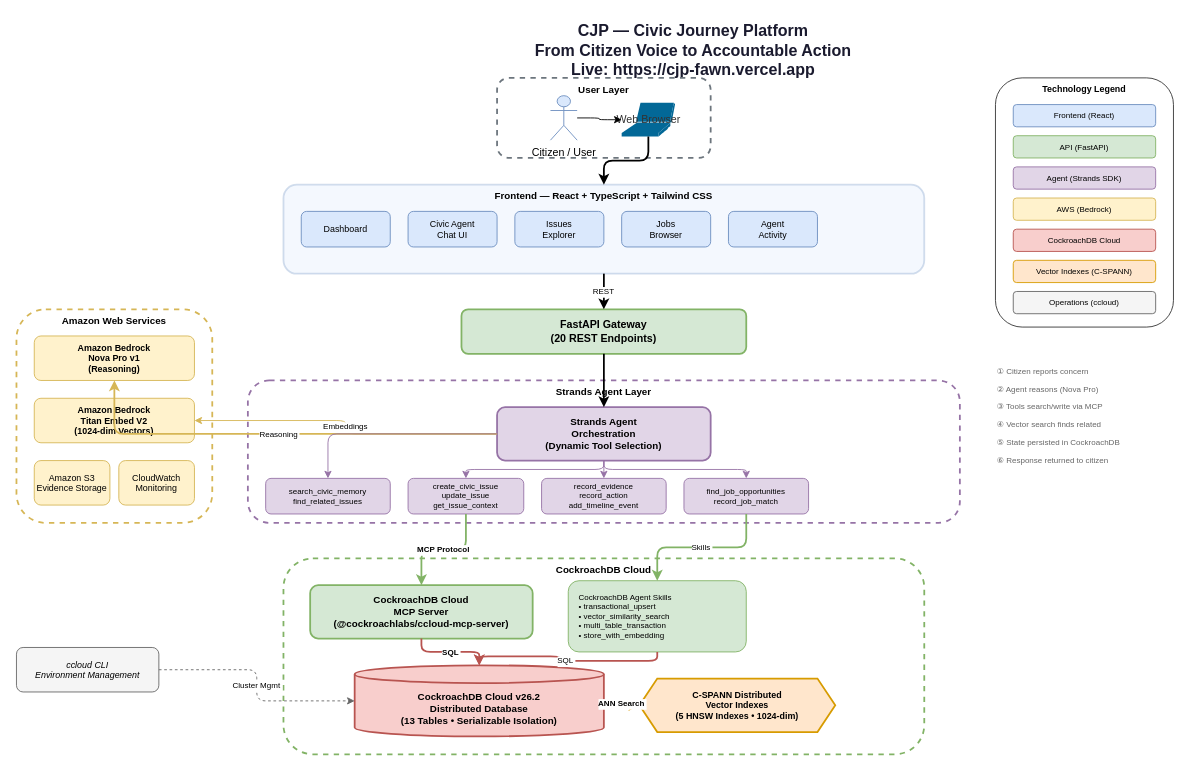
This is page "CJP System Architecture" (1 of 2) of docs/cjp-architecture.drawio from dineshrajdhanapathyDD/cjp-Civic-Journey-Platform, a draw.io file, before an edit. Source tidied: cells renumbered, new cells numbered last; positions are measured from the earlier drawing's top-left corner, leaving out a move shared by most shapes. Both pictures are drawn from the tidied source at 89%, with x=0, y=0 at pixel (16, 24).
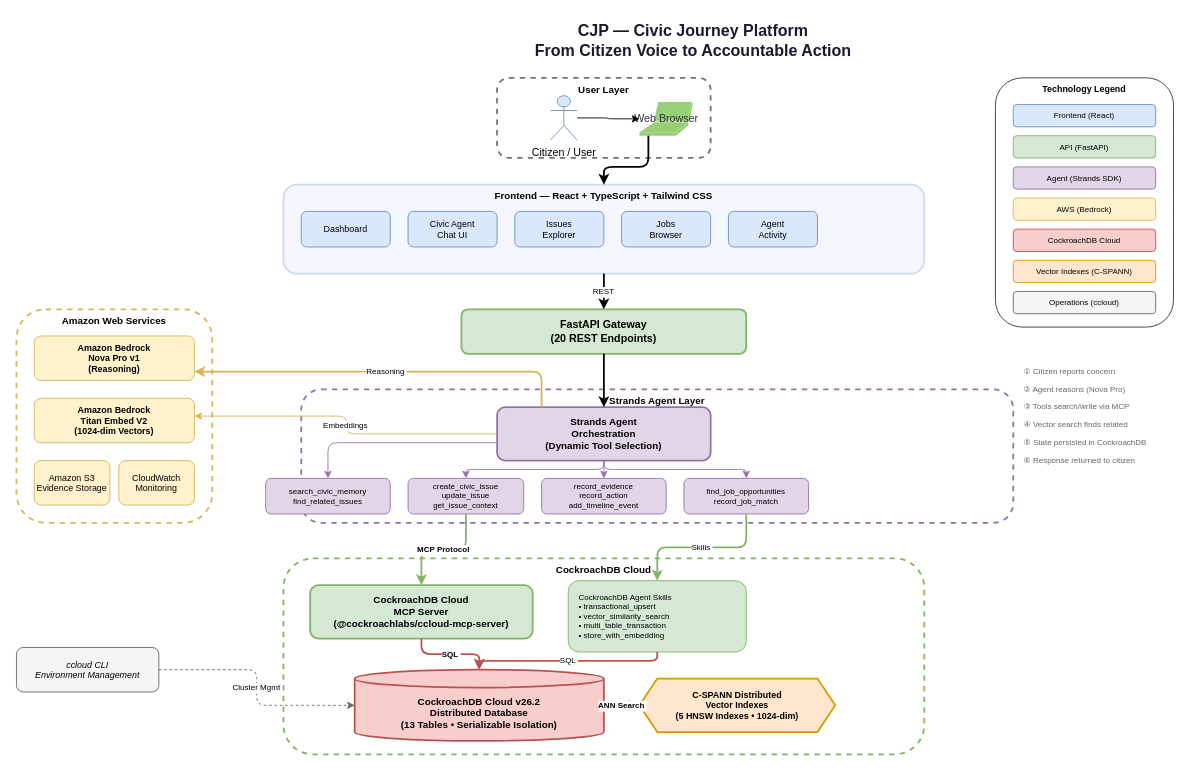
The same page after the edit.

Unchanged cells that the change refers to:
```xml
<mxCell id="6" value="Frontend — React + TypeScript + Tailwind CSS" style="rounded=1;whiteSpace=wrap;html=1;fillColor=#dae8fc;strokeColor=#6c8ebf;strokeWidth=2;verticalAlign=top;fontStyle=1;fontSize=11;opacity=30;" parent="1" vertex="1">
  <mxGeometry x="300" y="180" width="720" height="100" as="geometry" />
</mxCell>
<mxCell id="14" value="Strands Agent&#10;Orchestration&#10;(Dynamic Tool Selection)" style="rounded=1;whiteSpace=wrap;html=1;fillColor=#e1d5e7;strokeColor=#9673a6;strokeWidth=2;fontSize=11;fontStyle=1;" parent="1" vertex="1">
  <mxGeometry x="540" y="430" width="240" height="60" as="geometry" />
</mxCell>
<mxCell id="15" value="search_civic_memory&#10;find_related_issues" style="rounded=1;whiteSpace=wrap;html=1;fillColor=#e1d5e7;strokeColor=#9673a6;fontSize=9;" parent="1" vertex="1">
  <mxGeometry x="280" y="510" width="140" height="40" as="geometry" />
</mxCell>
<mxCell id="20" value="Amazon Bedrock&#10;Nova Pro v1&#10;(Reasoning)" style="rounded=1;whiteSpace=wrap;html=1;fillColor=#fff2cc;strokeColor=#d6b656;fontSize=10;fontStyle=1;" parent="1" vertex="1">
  <mxGeometry x="20" y="350" width="180" height="50" as="geometry" />
</mxCell>
<mxCell id="21" value="Amazon Bedrock&#10;Titan Embed V2&#10;(1024-dim Vectors)" style="rounded=1;whiteSpace=wrap;html=1;fillColor=#fff2cc;strokeColor=#d6b656;fontSize=10;fontStyle=1;" parent="1" vertex="1">
  <mxGeometry x="20" y="420" width="180" height="50" as="geometry" />
</mxCell>
```

What changed in the source:
```diff
@@
-    <mxCell id="2" value="CJP — Civic Journey Platform&#10;From Citizen Voice to Accountable Action&#10;Live: https://cjp-fawn.vercel.app" style="text;html=1;align=center;verticalAlign=middle;strokeColor=none;fillColor=none;fontSize=18;fontStyle=1;fontColor=#1a1a2e;" parent="1" vertex="1">
-      <mxGeometry x="460" width="600" height="60" as="geometry" />
-    </mxCell>
+    <mxCell id="60" value="CJP — Civic Journey Platform&lt;br&gt;From Citizen Voice to Accountable Action&lt;div&gt;&lt;br/&gt;&lt;/div&gt;" style="text;html=1;align=center;verticalAlign=middle;strokeColor=none;fillColor=none;fontSize=18;fontStyle=1;fontColor=#1a1a2e;" parent="1" vertex="1">
+      <mxGeometry x="585" y="-10" width="350" height="80" as="geometry" />
+    </mxCell>
@@
-    <mxCell id="5" value="Web Browser" style="shape=mxgraph.cisco.computers_and_peripherals.laptop;html=1;dashed=0;fillColor=#036897;strokeColor=none;strokeWidth=2;outlineConnect=0;fontColor=#333333;" parent="1" vertex="1">
-      <mxGeometry x="680" y="88" width="60" height="38" as="geometry" />
+    <mxCell id="5" value="Web Browser" style="shape=mxgraph.cisco.computers_and_peripherals.laptop;html=1;dashed=0;fillColor=#97D077;strokeColor=none;strokeWidth=2;outlineConnect=0;fontColor=#333333;" parent="1" vertex="1">
+      <mxGeometry x="700" y="87" width="60" height="38" as="geometry" />
     </mxCell>
@@
     <mxCell id="13" value="Strands Agent Layer" style="rounded=1;whiteSpace=wrap;html=1;fillColor=none;strokeColor=#9673a6;strokeWidth=2;dashed=1;verticalAlign=top;fontStyle=1;fontSize=11;" parent="1" vertex="1">
-      <mxGeometry x="260" y="400" width="800" height="160" as="geometry" />
+      <mxGeometry x="320" y="410" width="800" height="150" as="geometry" />
     </mxCell>
@@
     <mxCell id="27" value="CockroachDB Cloud v26.2&#10;Distributed Database&#10;(13 Tables • Serializable Isolation)" style="shape=cylinder3;whiteSpace=wrap;html=1;boundedLbl=1;backgroundOutline=1;size=10;fillColor=#f8cecc;strokeColor=#b85450;strokeWidth=2;fontSize=11;fontStyle=1;" parent="1" vertex="1">
-      <mxGeometry x="380" y="720" width="280" height="80" as="geometry" />
+      <mxGeometry x="380" y="725" width="280" height="80" as="geometry" />
     </mxCell>
@@
     <mxCell id="31" style="edgeStyle=orthogonalEdgeStyle;strokeWidth=2;" parent="1" edge="1" source="5" target="6">
-      <mxGeometry relative="1" as="geometry" />
+      <mxGeometry relative="1" as="geometry">
+        <Array as="points">
+          <mxPoint x="710" y="160" />
+          <mxPoint x="660" y="160" />
+        </Array>
+      </mxGeometry>
     </mxCell>
@@
     <mxCell id="34" value="Reasoning" style="edgeStyle=orthogonalEdgeStyle;strokeWidth=2;strokeColor=#d6b656;fontSize=9;" parent="1" edge="1" source="14" target="20">
-      <mxGeometry relative="1" as="geometry" />
+      <mxGeometry relative="1" as="geometry">
+        <Array as="points">
+          <mxPoint x="590" y="390" />
+        </Array>
+      </mxGeometry>
     </mxCell>
     <mxCell id="35" value="Embeddings" style="edgeStyle=orthogonalEdgeStyle;strokeWidth=1;strokeColor=#d6b656;fontSize=9;" parent="1" edge="1" source="14" target="21">
-      <mxGeometry relative="1" as="geometry" />
+      <mxGeometry relative="1" as="geometry">
+        <Array as="points">
+          <mxPoint x="370" y="460" />
+          <mxPoint x="370" y="440" />
+        </Array>
+      </mxGeometry>
     </mxCell>
     <mxCell id="36" style="edgeStyle=orthogonalEdgeStyle;strokeWidth=1;strokeColor=#9673a6;" parent="1" edge="1" source="14" target="15">
-      <mxGeometry relative="1" as="geometry" />
+      <mxGeometry relative="1" as="geometry">
+        <Array as="points">
+          <mxPoint x="350" y="470" />
+        </Array>
+      </mxGeometry>
     </mxCell>
@@
     <mxCell id="54" value="① Citizen reports concern" style="text;html=1;align=left;verticalAlign=middle;strokeColor=none;fillColor=none;fontSize=9;fontColor=#666666;" parent="1" vertex="1">
-      <mxGeometry x="1100" y="380" width="150" height="20" as="geometry" />
+      <mxGeometry x="1130" y="380" width="150" height="20" as="geometry" />
     </mxCell>
     <mxCell id="55" value="② Agent reasons (Nova Pro)" style="text;html=1;align=left;verticalAlign=middle;strokeColor=none;fillColor=none;fontSize=9;fontColor=#666666;" parent="1" vertex="1">
-      <mxGeometry x="1100" y="400" width="155" height="20" as="geometry" />
+      <mxGeometry x="1130" y="400" width="155" height="20" as="geometry" />
     </mxCell>
     <mxCell id="56" value="③ Tools search/write via MCP" style="text;html=1;align=left;verticalAlign=middle;strokeColor=none;fillColor=none;fontSize=9;fontColor=#666666;" parent="1" vertex="1">
-      <mxGeometry x="1100" y="420" width="170" height="20" as="geometry" />
+      <mxGeometry x="1130" y="420" width="170" height="20" as="geometry" />
     </mxCell>
     <mxCell id="57" value="④ Vector search finds related" style="text;html=1;align=left;verticalAlign=middle;strokeColor=none;fillColor=none;fontSize=9;fontColor=#666666;" parent="1" vertex="1">
-      <mxGeometry x="1100" y="440" width="170" height="20" as="geometry" />
+      <mxGeometry x="1130" y="440" width="170" height="20" as="geometry" />
     </mxCell>
     <mxCell id="58" value="⑤ State persisted in CockroachDB" style="text;html=1;align=left;verticalAlign=middle;strokeColor=none;fillColor=none;fontSize=9;fontColor=#666666;" parent="1" vertex="1">
-      <mxGeometry x="1100" y="460" width="185" height="20" as="geometry" />
+      <mxGeometry x="1130" y="460" width="185" height="20" as="geometry" />
     </mxCell>
     <mxCell id="59" value="⑥ Response returned to citizen" style="text;html=1;align=left;verticalAlign=middle;strokeColor=none;fillColor=none;fontSize=9;fontColor=#666666;" parent="1" vertex="1">
-      <mxGeometry x="1100" y="480" width="175" height="20" as="geometry" />
+      <mxGeometry x="1130" y="480" width="175" height="20" as="geometry" />
     </mxCell>
```
